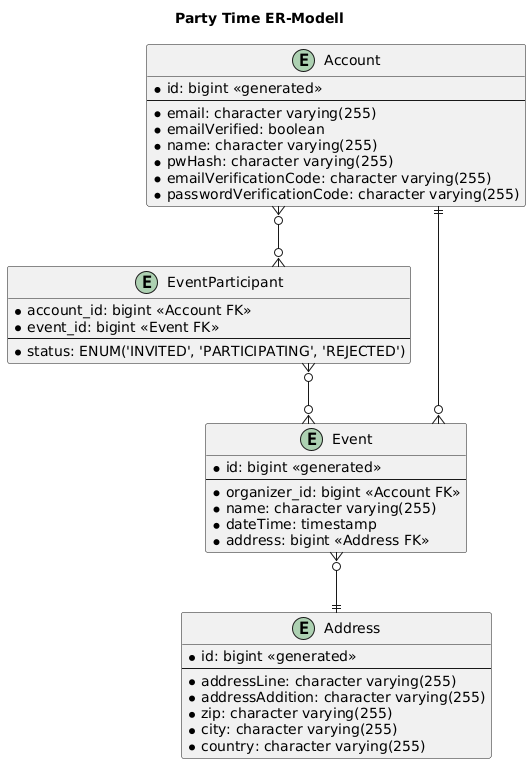
Earlier version of the PlantUML export docs/.requirements/other/er-model.png (party-time-2/party-time). Source of this version:
```plantuml
@startuml er-model
title "Party Time ER-Modell"
skinparam linetype ortho

entity Account {
    * id: bigint <<generated>>
    --
    * email: character varying(255)
    * emailVerified: boolean
    * name: character varying(255)
    * pwHash: character varying(255)
    * emailVerificationCode: character varying(255)
    * passwordVerificationCode: character varying(255)
}

entity EventParticipant {
    * account_id: bigint <<Account FK>>
    * event_id: bigint <<Event FK>>
    --
    * status: ENUM('INVITED', 'PARTICIPATING', 'REJECTED')
}

entity Event {
    * id: bigint <<generated>>
    --
    * organizer_id: bigint <<Account FK>>
    * name: character varying(255)
    * dateTime: timestamp
    * address: bigint <<Address FK>>
}

entity Address {
    * id: bigint <<generated>>
    --
    * addressLine: character varying(255)
    * addressAddition: character varying(255)
    * zip: character varying(255)
    * city: character varying(255)
    * country: character varying(255)
}

Account ||--o{ Event
Account }o--o{ EventParticipant
EventParticipant }o--o{ Event
Event }o--|| Address
@enduml
```
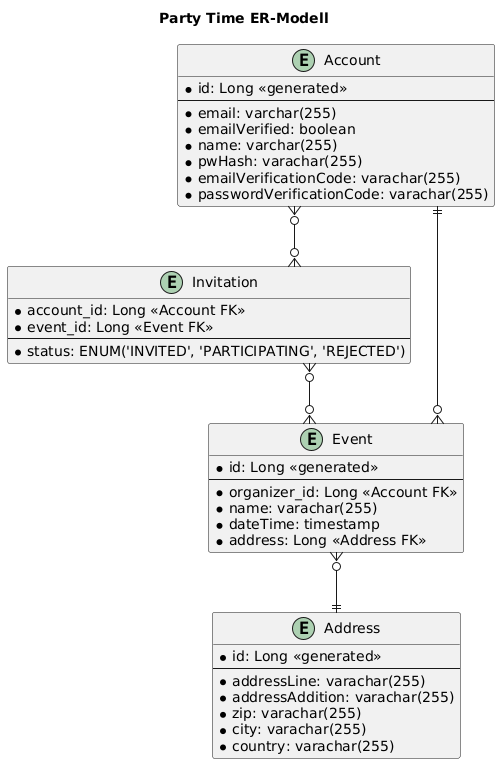
After the change.

Commit message:
doc.: er-model overhaul

The edit, as a diff of the source:
```diff
@@ -3,44 +3,44 @@
 skinparam linetype ortho
 
 entity Account {
-    * id: bigint <<generated>>
+    * id: Long <<generated>>
     --
-    * email: character varying(255)
+    * email: varchar(255)
     * emailVerified: boolean
-    * name: character varying(255)
-    * pwHash: character varying(255)
-    * emailVerificationCode: character varying(255)
-    * passwordVerificationCode: character varying(255)
+    * name: varchar(255)
+    * pwHash: varachar(255)
+    * emailVerificationCode: varachar(255)
+    * passwordVerificationCode: varachar(255)
 }
 
-entity EventParticipant {
-    * account_id: bigint <<Account FK>>
-    * event_id: bigint <<Event FK>>
+entity Invitation {
+    * account_id: Long <<Account FK>>
+    * event_id: Long <<Event FK>>
     --
     * status: ENUM('INVITED', 'PARTICIPATING', 'REJECTED')
 }
 
 entity Event {
-    * id: bigint <<generated>>
+    * id: Long <<generated>>
     --
-    * organizer_id: bigint <<Account FK>>
-    * name: character varying(255)
+    * organizer_id: Long <<Account FK>>
+    * name: varachar(255)
     * dateTime: timestamp
-    * address: bigint <<Address FK>>
+    * address: Long <<Address FK>>
 }
 
 entity Address {
-    * id: bigint <<generated>>
+    * id: Long <<generated>>
     --
-    * addressLine: character varying(255)
-    * addressAddition: character varying(255)
-    * zip: character varying(255)
-    * city: character varying(255)
-    * country: character varying(255)
+    * addressLine: varachar(255)
+    * addressAddition: varachar(255)
+    * zip: varachar(255)
+    * city: varachar(255)
+    * country: varachar(255)
 }
 
 Account ||--o{ Event
-Account }o--o{ EventParticipant
-EventParticipant }o--o{ Event
+Account }o--o{ Invitation
+Invitation }o--o{ Event
 Event }o--|| Address
 @enduml
```
